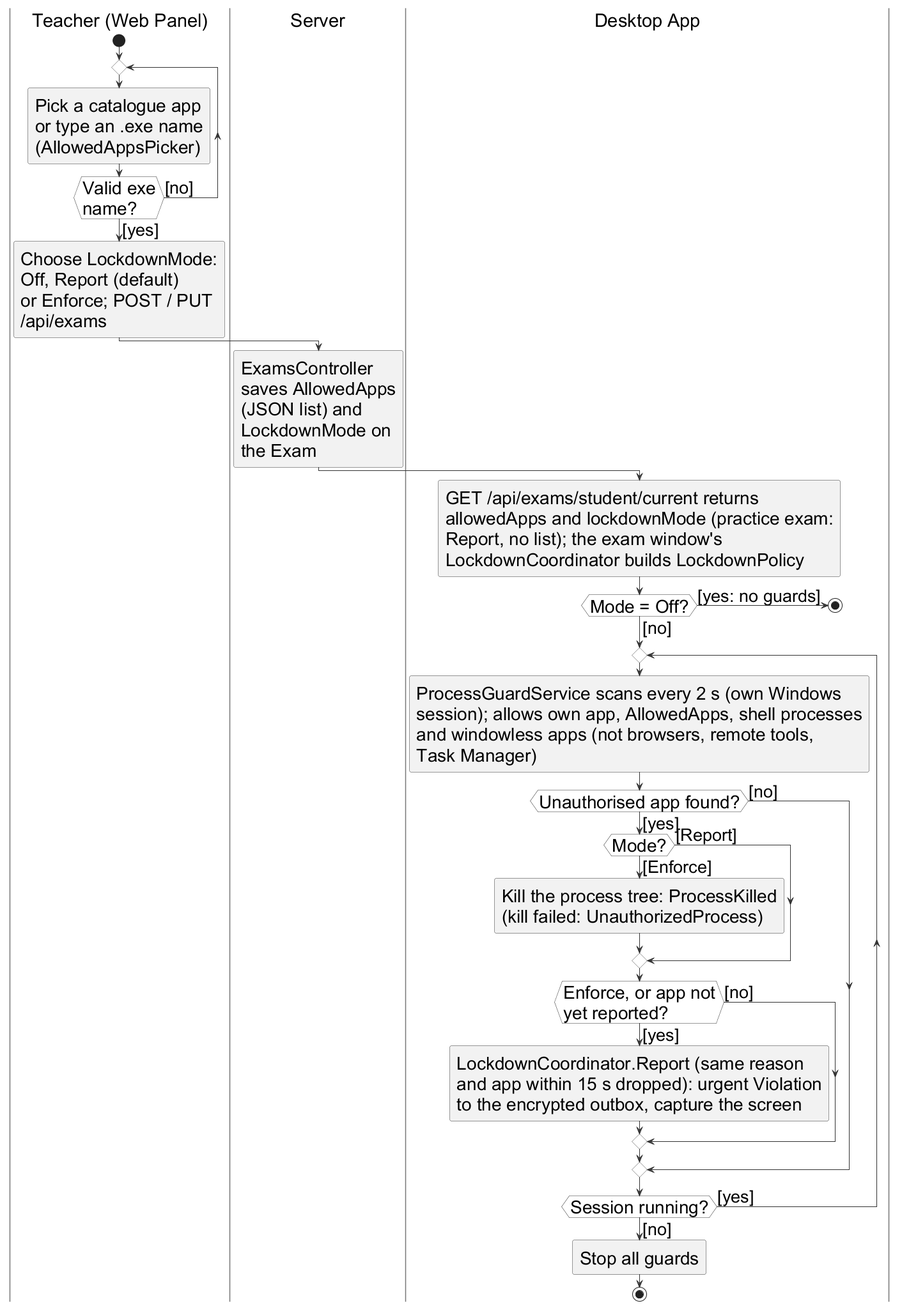
Above: important docs/fyp_doc_3chatp/Figures/activity_applications.png in Haiderali27-hub/AI-Lab-Monitoring- (PlantUML), before the change. Its source is kept beside it as important docs/fyp_doc_3chatp/Figures/src/activity_applications.puml.
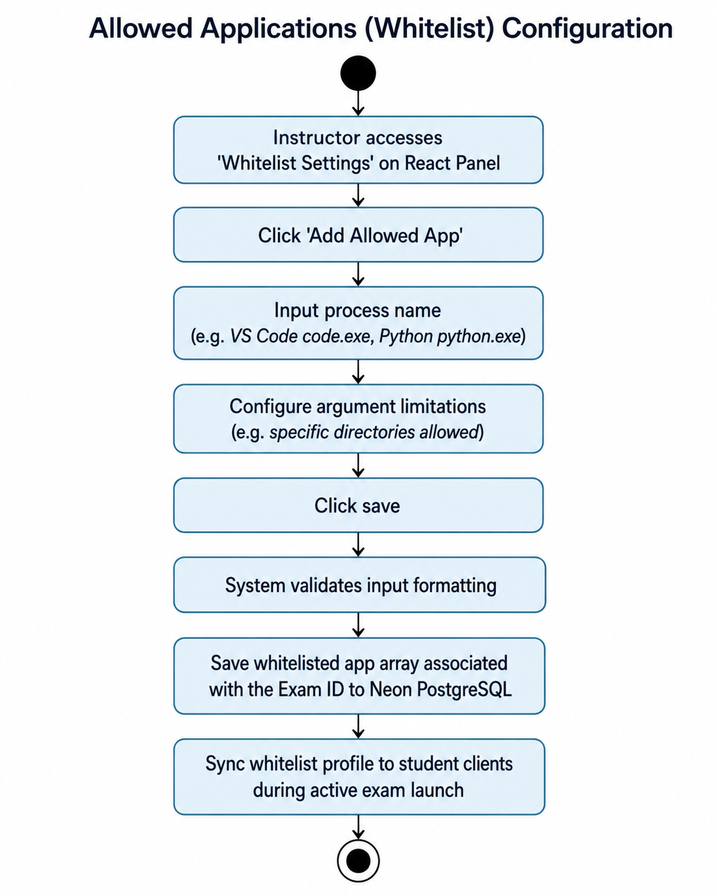
The same file after the commit.

Change to the diagram source:
```diff
@@ -12,49 +12,46 @@
 |Teacher (Web Panel)|
 start
 repeat
-  :Pick a catalogue app
-  or type an .exe name
-  (AllowedAppsPicker);
-repeat while (Valid exe\nname?) is ([no]) not ([yes])
-:Choose LockdownMode:
-Off, Report (default)
-or Enforce; POST / PUT
-/api/exams;
+  :Pick or type
+  an app (.exe);
+repeat while (Valid\nname?) is ([no]) not ([yes])
+:Choose lockdown
+mode: Off, Report
+or Enforce, save;
 |Server|
-:ExamsController
-saves AllowedApps
-(JSON list) and
-LockdownMode on
-the Exam;
+:Save allowed
+apps and mode
+on the exam;
 |Desktop App|
-:GET /api/exams/student/current returns
-allowedApps and lockdownMode (practice exam:
-Report, no list); the exam window's
-LockdownCoordinator builds LockdownPolicy;
-if (Mode = Off?) then ([yes: no guards])
+:Load exam rules,
+build lockdown
+policy;
+if (Mode
+Off?) then ([yes])
   stop
 else ([no])
 endif
 repeat
-  :ProcessGuardService scans every 2 s (own Windows
-  session); allows own app, AllowedApps, shell processes
-  and windowless apps (not browsers, remote tools,
-  Task Manager);
-  if (Unauthorised app found?) then ([yes])
+  :Scan processes
+  every 2 s;
+  if (App not
+  allowed?) then ([yes])
     if (Mode?) then ([Enforce])
-      :Kill the process tree: ProcessKilled
-      (kill failed: UnauthorizedProcess);
+      :Kill the
+      process tree;
+      :Report violation,
+      capture screen;
     else ([Report])
-    endif
-    if (Enforce, or app not\nyet reported?) then ([yes])
-      :LockdownCoordinator.Report (same reason
-      and app within 15 s dropped): urgent Violation
-      to the encrypted outbox, capture the screen;
-    else ([no])
+      if (First report
+of this app?) then ([yes])
+        :Report violation,
+        capture screen;
+      else ([no])
+      endif
     endif
   else ([no])
   endif
-repeat while (Session running?) is ([yes]) not ([no])
-:Stop all guards;
+repeat while (Session\nrunning?) is ([yes]) not ([no])
+:Stop guards;
 stop
 @enduml
```
